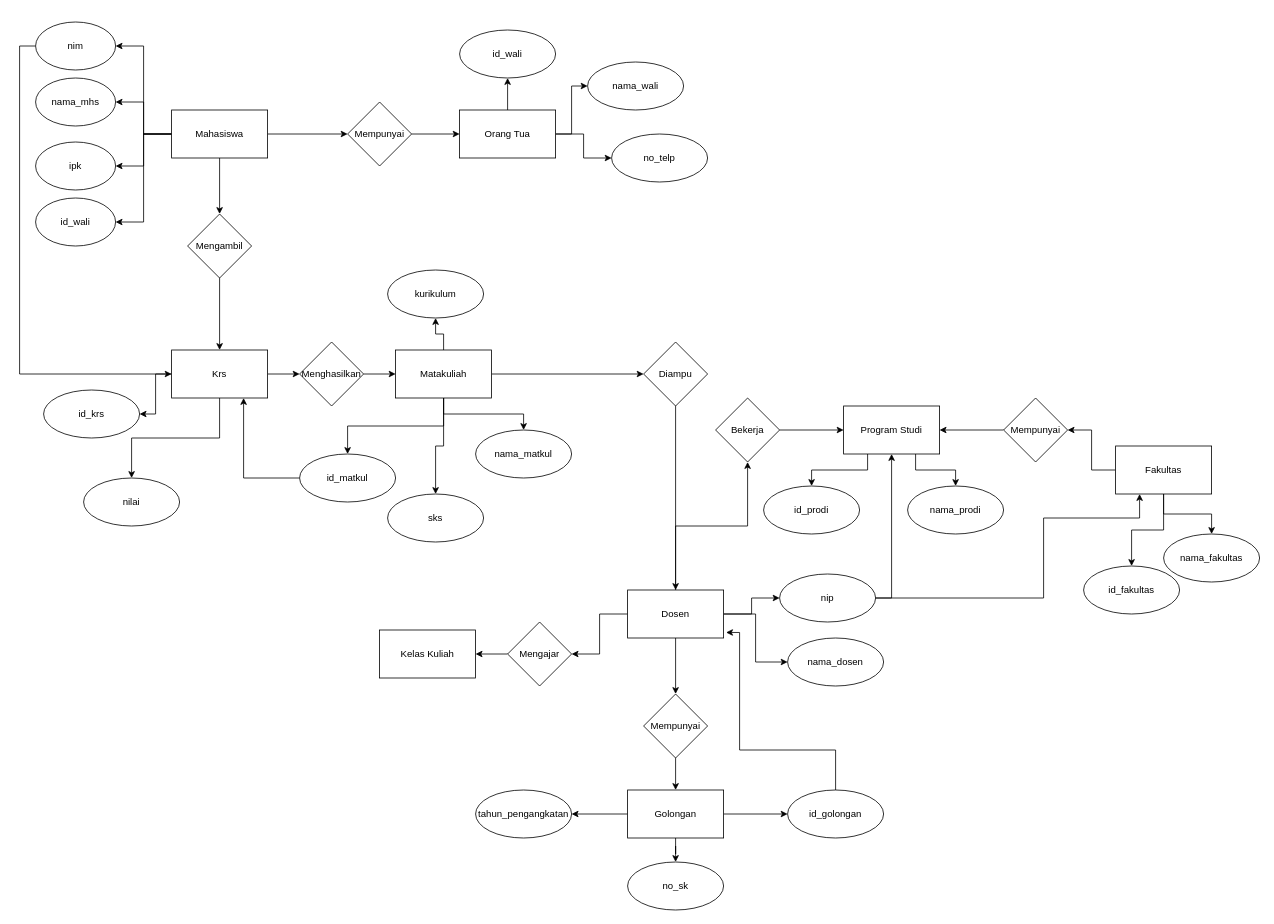
The draw.io diagram Tugas erd Basis data.drawio in ar-kun/Erd, before the edit. Source tidied: cells renumbered, new cells numbered last; positions are measured from the earlier drawing's top-left corner, leaving out a move shared by most shapes. Both pictures are drawn from the tidied source at 80%, with x=0, y=0 at pixel (35, 22).
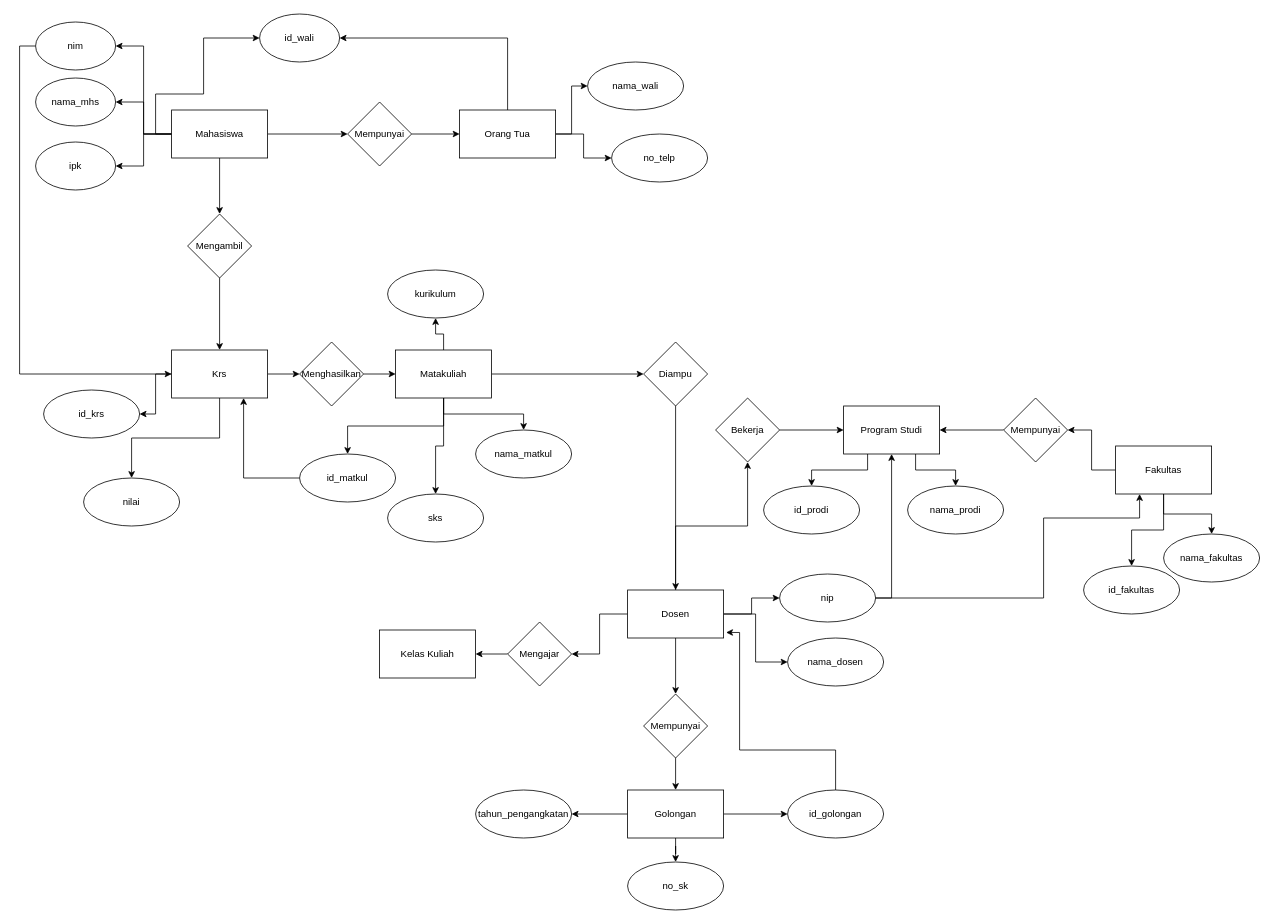
Above is the later version.

The change refers to these unchanged cells:
```xml
<mxCell id="8" value="Mahasiswa" style="rounded=0;whiteSpace=wrap;html=1;" parent="1" vertex="1">
  <mxGeometry x="170" y="110" width="120" height="60" as="geometry" />
</mxCell>
<mxCell id="80" value="Orang Tua" style="whiteSpace=wrap;html=1;rounded=0;" parent="1" vertex="1">
  <mxGeometry x="530" y="110" width="120" height="60" as="geometry" />
</mxCell>
```

What changed in the source:
```diff
@@
-    <mxCell id="5" style="edgeStyle=orthogonalEdgeStyle;rounded=0;jettySize=auto;html=1;exitX=0;exitY=0.5;exitDx=0;exitDy=0;entryX=1;entryY=0.5;entryDx=0;entryDy=0;" parent="1" edge="1" source="8" target="13">
-      <mxGeometry relative="1" as="geometry" />
+    <mxCell id="5" style="edgeStyle=orthogonalEdgeStyle;rounded=0;jettySize=auto;html=1;exitX=0;exitY=0.5;exitDx=0;exitDy=0;entryX=0;entryY=0.5;entryDx=0;entryDy=0;" parent="1" edge="1" source="8" target="13">
+      <mxGeometry relative="1" as="geometry">
+        <Array as="points">
+          <mxPoint x="150" y="140" />
+          <mxPoint x="150" y="90" />
+          <mxPoint x="210" y="90" />
+          <mxPoint x="210" y="20" />
+        </Array>
+      </mxGeometry>
     </mxCell>
@@
     <mxCell id="13" value="id_wali" style="ellipse;whiteSpace=wrap;html=1;" parent="1" vertex="1">
-      <mxGeometry y="220" width="100" height="60" as="geometry" />
+      <mxGeometry x="280" y="-10" width="100" height="60" as="geometry" />
     </mxCell>
@@
-    <mxCell id="77" style="edgeStyle=orthogonalEdgeStyle;rounded=0;jettySize=auto;html=1;" parent="1" edge="1" source="80" target="81">
-      <mxGeometry relative="1" as="geometry" />
-    </mxCell>
@@
+    <mxCell id="84" style="edgeStyle=orthogonalEdgeStyle;rounded=0;jettySize=auto;html=1;exitX=0.5;exitY=0;exitDx=0;exitDy=0;entryX=1;entryY=0.5;entryDx=0;entryDy=0;" parent="1" edge="1" source="80" target="13">
+      <mxGeometry relative="1" as="geometry" />
+    </mxCell>
@@
-    <mxCell id="81" value="id_wali" style="ellipse;whiteSpace=wrap;html=1;rounded=0;" parent="1" vertex="1">
-      <mxGeometry x="530" y="10" width="120" height="60" as="geometry" />
-    </mxCell>
```
